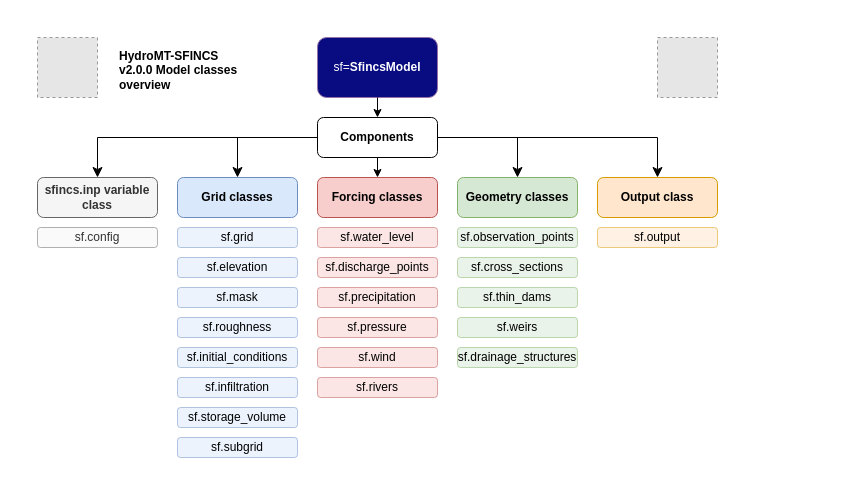
Deltares/hydromt_sfincs keeps this draw.io diagram as dev/_static/HydroMT_SFINCS_V1_diagram.drawio. Above is the earlier version. Source tidied: cells renumbered, new cells numbered last; positions are measured from the earlier drawing's top-left corner, leaving out a move shared by most shapes. Both pictures are drawn from the tidied source at 100%, with x=0, y=0 at pixel (37, 37). Pictures stored in the file or linked from it are replaced by grey dashed boxes.
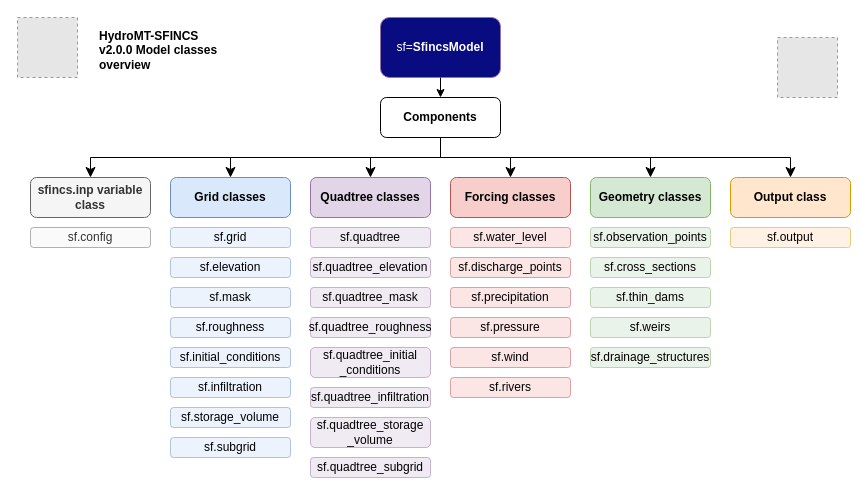
The same diagram, later.

Change to the diagram source:
```diff
@@
     <mxCell id="2" value="sf=&lt;b&gt;SfincsModel&lt;/b&gt;" style="rounded=1;whiteSpace=wrap;html=1;fillColor=light-dark(#080c80, #392f3f);strokeColor=#9673a6;fontColor=#FFFFFF;" parent="1" vertex="1">
-      <mxGeometry x="280" width="120" height="60" as="geometry" />
+      <mxGeometry x="343" y="-20" width="120" height="60" as="geometry" />
     </mxCell>
     <mxCell id="3" value="&lt;b&gt;sfincs.inp variable class&lt;/b&gt;" style="rounded=1;whiteSpace=wrap;html=1;fillColor=#f5f5f5;fontColor=#333333;strokeColor=#666666;" parent="1" vertex="1">
-      <mxGeometry y="140" width="120" height="40" as="geometry" />
+      <mxGeometry x="-7" y="140" width="120" height="40" as="geometry" />
     </mxCell>
     <mxCell id="4" value="&lt;b&gt;Grid classes&lt;/b&gt;" style="rounded=1;whiteSpace=wrap;html=1;fillColor=#dae8fc;strokeColor=#6c8ebf;" parent="1" vertex="1">
-      <mxGeometry x="140" y="140" width="120" height="40" as="geometry" />
+      <mxGeometry x="133" y="140" width="120" height="40" as="geometry" />
     </mxCell>
     <mxCell id="5" value="&lt;b&gt;Forcing classes&lt;/b&gt;" style="rounded=1;whiteSpace=wrap;html=1;fillColor=#f8cecc;strokeColor=#b85450;" parent="1" vertex="1">
-      <mxGeometry x="280" y="140" width="120" height="40" as="geometry" />
+      <mxGeometry x="413" y="140" width="120" height="40" as="geometry" />
     </mxCell>
     <mxCell id="6" value="&lt;b&gt;Geometry classes&lt;/b&gt;" style="rounded=1;whiteSpace=wrap;html=1;fillColor=#d5e8d4;strokeColor=#82b366;" parent="1" vertex="1">
-      <mxGeometry x="420" y="140" width="120" height="40" as="geometry" />
+      <mxGeometry x="553" y="140" width="120" height="40" as="geometry" />
     </mxCell>
     <mxCell id="7" value="&lt;b&gt;Components&lt;/b&gt;" style="rounded=1;whiteSpace=wrap;html=1;" parent="1" vertex="1">
-      <mxGeometry x="280" y="80" width="120" height="40" as="geometry" />
+      <mxGeometry x="343" y="60" width="120" height="40" as="geometry" />
     </mxCell>
     <mxCell id="8" value="&lt;b&gt;Output class&lt;/b&gt;" style="rounded=1;whiteSpace=wrap;html=1;fillColor=#ffe6cc;strokeColor=#d79b00;" parent="1" vertex="1">
-      <mxGeometry x="560" y="140" width="120" height="40" as="geometry" />
+      <mxGeometry x="693" y="140" width="120" height="40" as="geometry" />
     </mxCell>
     <mxCell id="9" value="sf.config" style="rounded=1;whiteSpace=wrap;html=1;fillColor=#f5f5f5;fontColor=#333333;strokeColor=#666666;opacity=50;" parent="1" vertex="1">
-      <mxGeometry y="190" width="120" height="20" as="geometry" />
+      <mxGeometry x="-7" y="190" width="120" height="20" as="geometry" />
     </mxCell>
     <mxCell id="10" value="sf.grid" style="rounded=1;whiteSpace=wrap;html=1;fillColor=#dae8fc;strokeColor=#6c8ebf;align=center;opacity=50;" parent="1" vertex="1">
-      <mxGeometry x="140" y="190" width="120" height="20" as="geometry" />
+      <mxGeometry x="133" y="190" width="120" height="20" as="geometry" />
     </mxCell>
     <mxCell id="11" value="sf.observation_points" style="rounded=1;whiteSpace=wrap;html=1;fillColor=#d5e8d4;strokeColor=#82b366;opacity=50;" parent="1" vertex="1">
-      <mxGeometry x="420" y="190" width="120" height="20" as="geometry" />
+      <mxGeometry x="553" y="190" width="120" height="20" as="geometry" />
     </mxCell>
     <mxCell id="12" value="&lt;div&gt;&lt;span style=&quot;background-color: transparent; color: light-dark(rgb(0, 0, 0), rgb(255, 255, 255));&quot;&gt;sf.elevation&lt;/span&gt;&lt;/div&gt;" style="rounded=1;whiteSpace=wrap;html=1;fillColor=#dae8fc;strokeColor=#6c8ebf;align=center;opacity=50;" parent="1" vertex="1">
-      <mxGeometry x="140" y="220" width="120" height="20" as="geometry" />
+      <mxGeometry x="133" y="220" width="120" height="20" as="geometry" />
     </mxCell>
     <mxCell id="13" value="&lt;div&gt;&lt;div&gt;sf.mask&lt;/div&gt;&lt;/div&gt;" style="rounded=1;whiteSpace=wrap;html=1;fillColor=#dae8fc;strokeColor=#6c8ebf;align=center;opacity=50;" parent="1" vertex="1">
-      <mxGeometry x="140" y="250" width="120" height="20" as="geometry" />
+      <mxGeometry x="133" y="250" width="120" height="20" as="geometry" />
     </mxCell>
     <mxCell id="14" value="&lt;div&gt;&lt;div&gt;sf.roughness&lt;/div&gt;&lt;/div&gt;" style="rounded=1;whiteSpace=wrap;html=1;fillColor=#dae8fc;strokeColor=#6c8ebf;align=center;opacity=50;" parent="1" vertex="1">
-      <mxGeometry x="140" y="280" width="120" height="20" as="geometry" />
+      <mxGeometry x="133" y="280" width="120" height="20" as="geometry" />
     </mxCell>
     <mxCell id="15" value="&lt;div&gt;&lt;div&gt;sf.initial_conditions&lt;/div&gt;&lt;/div&gt;" style="rounded=1;whiteSpace=wrap;html=1;fillColor=#dae8fc;strokeColor=#6c8ebf;align=center;opacity=50;" parent="1" vertex="1">
-      <mxGeometry x="140" y="310" width="120" height="20" as="geometry" />
+      <mxGeometry x="133" y="310" width="120" height="20" as="geometry" />
     </mxCell>
     <mxCell id="16" value="&lt;div&gt;&lt;div&gt;sf.infiltration&lt;/div&gt;&lt;/div&gt;" style="rounded=1;whiteSpace=wrap;html=1;fillColor=#dae8fc;strokeColor=#6c8ebf;align=center;opacity=50;" parent="1" vertex="1">
-      <mxGeometry x="140" y="340" width="120" height="20" as="geometry" />
+      <mxGeometry x="133" y="340" width="120" height="20" as="geometry" />
     </mxCell>
     <mxCell id="17" value="&lt;div&gt;&lt;div&gt;sf.storage_volume&lt;/div&gt;&lt;/div&gt;" style="rounded=1;whiteSpace=wrap;html=1;fillColor=#dae8fc;strokeColor=#6c8ebf;align=center;opacity=50;" parent="1" vertex="1">
-      <mxGeometry x="140" y="370" width="120" height="20" as="geometry" />
+      <mxGeometry x="133" y="370" width="120" height="20" as="geometry" />
     </mxCell>
     <mxCell id="18" value="&lt;div&gt;&lt;div&gt;sf.subgrid&lt;/div&gt;&lt;/div&gt;" style="rounded=1;whiteSpace=wrap;html=1;fillColor=#dae8fc;strokeColor=#6c8ebf;align=center;opacity=50;" parent="1" vertex="1">
-      <mxGeometry x="140" y="400" width="120" height="20" as="geometry" />
+      <mxGeometry x="133" y="400" width="120" height="20" as="geometry" />
     </mxCell>
     <mxCell id="19" value="sf.output" style="rounded=1;whiteSpace=wrap;html=1;fillColor=#ffe6cc;strokeColor=#d79b00;opacity=50;" parent="1" vertex="1">
-      <mxGeometry x="560" y="190" width="120" height="20" as="geometry" />
+      <mxGeometry x="693" y="190" width="120" height="20" as="geometry" />
     </mxCell>
     <mxCell id="20" value="sf.water_level" style="rounded=1;whiteSpace=wrap;html=1;fillColor=#f8cecc;strokeColor=#b85450;align=center;opacity=50;" parent="1" vertex="1">
-      <mxGeometry x="280" y="190" width="120" height="20" as="geometry" />
+      <mxGeometry x="413" y="190" width="120" height="20" as="geometry" />
     </mxCell>
     <mxCell id="21" value="sf.discharge_points" style="rounded=1;whiteSpace=wrap;html=1;fillColor=#f8cecc;strokeColor=#b85450;align=center;opacity=50;" parent="1" vertex="1">
-      <mxGeometry x="280" y="220" width="120" height="20" as="geometry" />
+      <mxGeometry x="413" y="220" width="120" height="20" as="geometry" />
     </mxCell>
     <mxCell id="22" value="sf.rivers" style="rounded=1;whiteSpace=wrap;html=1;fillColor=#f8cecc;strokeColor=#b85450;align=center;opacity=50;" parent="1" vertex="1">
-      <mxGeometry x="280" y="340" width="120" height="20" as="geometry" />
+      <mxGeometry x="413" y="340" width="120" height="20" as="geometry" />
     </mxCell>
     <mxCell id="23" value="sf.precipitation" style="rounded=1;whiteSpace=wrap;html=1;fillColor=#f8cecc;strokeColor=#b85450;align=center;opacity=50;" parent="1" vertex="1">
-      <mxGeometry x="280" y="250" width="120" height="20" as="geometry" />
+      <mxGeometry x="413" y="250" width="120" height="20" as="geometry" />
     </mxCell>
     <mxCell id="24" value="sf.pressure" style="rounded=1;whiteSpace=wrap;html=1;fillColor=#f8cecc;strokeColor=#b85450;align=center;opacity=50;" parent="1" vertex="1">
-      <mxGeometry x="280" y="280" width="120" height="20" as="geometry" />
+      <mxGeometry x="413" y="280" width="120" height="20" as="geometry" />
     </mxCell>
     <mxCell id="25" value="sf.wind" style="rounded=1;whiteSpace=wrap;html=1;fillColor=#f8cecc;strokeColor=#b85450;align=center;opacity=50;" parent="1" vertex="1">
-      <mxGeometry x="280" y="310" width="120" height="20" as="geometry" />
+      <mxGeometry x="413" y="310" width="120" height="20" as="geometry" />
     </mxCell>
     <mxCell id="26" value="sf.cross_sections" style="rounded=1;whiteSpace=wrap;html=1;fillColor=#d5e8d4;strokeColor=#82b366;opacity=50;" parent="1" vertex="1">
-      <mxGeometry x="420" y="220" width="120" height="20" as="geometry" />
+      <mxGeometry x="553" y="220" width="120" height="20" as="geometry" />
     </mxCell>
     <mxCell id="27" value="sf.drainage_structures" style="rounded=1;whiteSpace=wrap;html=1;fillColor=#d5e8d4;strokeColor=#82b366;opacity=50;" parent="1" vertex="1">
-      <mxGeometry x="420" y="310" width="120" height="20" as="geometry" />
+      <mxGeometry x="553" y="310" width="120" height="20" as="geometry" />
     </mxCell>
     <mxCell id="28" value="sf.thin_dams" style="rounded=1;whiteSpace=wrap;html=1;fillColor=#d5e8d4;strokeColor=#82b366;opacity=50;" parent="1" vertex="1">
-      <mxGeometry x="420" y="250" width="120" height="20" as="geometry" />
+      <mxGeometry x="553" y="250" width="120" height="20" as="geometry" />
     </mxCell>
     <mxCell id="29" value="sf.weirs" style="rounded=1;whiteSpace=wrap;html=1;fillColor=#d5e8d4;strokeColor=#82b366;opacity=50;" parent="1" vertex="1">
-      <mxGeometry x="420" y="280" width="120" height="20" as="geometry" />
+      <mxGeometry x="553" y="280" width="120" height="20" as="geometry" />
     </mxCell>
@@
-    <mxCell id="31" style="endArrow=classic;html=1;rounded=0;exitX=0.5;exitY=1;exitDx=0;exitDy=0;entryX=0.5;entryY=0;entryDx=0;entryDy=0;" parent="1" edge="1" source="7" target="5">
-      <mxGeometry relative="1" as="geometry" />
-    </mxCell>
-    <mxCell id="32" style="edgeStyle=elbowEdgeStyle;elbow=vertical;endArrow=classic;html=1;curved=0;rounded=0;endSize=8;startSize=8;entryX=0.5;entryY=0;entryDx=0;entryDy=0;exitX=0;exitY=0.5;exitDx=0;exitDy=0;" parent="1" edge="1" source="7" target="4">
-      <mxGeometry relative="1" as="geometry">
+    <mxCell id="32" style="edgeStyle=elbowEdgeStyle;elbow=vertical;endArrow=classic;html=1;curved=0;rounded=0;endSize=8;startSize=8;entryX=0.5;entryY=0;entryDx=0;entryDy=0;exitX=0.5;exitY=1;exitDx=0;exitDy=0;" parent="1" edge="1" source="7" target="4">
+      <mxGeometry x="0.15" relative="1" as="geometry">
         <Array as="points">
-          <mxPoint x="240" y="100" />
+          <mxPoint x="283" y="120" />
         </Array>
       </mxGeometry>
     </mxCell>
-    <mxCell id="33" style="edgeStyle=elbowEdgeStyle;elbow=vertical;endArrow=classic;html=1;curved=0;rounded=0;endSize=8;startSize=8;entryX=0.5;entryY=0;entryDx=0;entryDy=0;" parent="1" edge="1" target="3">
-      <mxGeometry relative="1" as="geometry">
-        <mxPoint x="280" y="110" as="sourcePoint" />
+    <mxCell id="33" style="edgeStyle=elbowEdgeStyle;elbow=vertical;endArrow=classic;html=1;curved=0;rounded=0;endSize=8;startSize=8;entryX=0.5;entryY=0;entryDx=0;entryDy=0;exitX=0.5;exitY=1;exitDx=0;exitDy=0;" parent="1" edge="1" source="7" target="3">
+      <mxGeometry x="0.24" relative="1" as="geometry">
         <Array as="points">
-          <mxPoint x="60" y="100" />
+          <mxPoint x="213" y="120" />
         </Array>
       </mxGeometry>
     </mxCell>
-    <mxCell id="34" style="edgeStyle=elbowEdgeStyle;elbow=vertical;endArrow=classic;html=1;curved=0;rounded=0;endSize=8;startSize=8;entryX=0.5;entryY=0;entryDx=0;entryDy=0;exitX=1;exitY=0.5;exitDx=0;exitDy=0;" parent="1" edge="1" source="7" target="8">
-      <mxGeometry relative="1" as="geometry">
+    <mxCell id="34" style="edgeStyle=elbowEdgeStyle;elbow=vertical;endArrow=classic;html=1;curved=0;rounded=0;endSize=8;startSize=8;entryX=0.5;entryY=0;entryDx=0;entryDy=0;exitX=0.5;exitY=1;exitDx=0;exitDy=0;" parent="1" edge="1" source="7" target="8">
+      <mxGeometry x="0.1" relative="1" as="geometry">
         <Array as="points">
-          <mxPoint x="510" y="100" />
+          <mxPoint x="563" y="120" />
         </Array>
       </mxGeometry>
     </mxCell>
-    <mxCell id="35" style="edgeStyle=elbowEdgeStyle;elbow=vertical;endArrow=classic;html=1;curved=0;rounded=0;endSize=8;startSize=8;entryX=0.5;entryY=0;entryDx=0;entryDy=0;exitX=1;exitY=0.5;exitDx=0;exitDy=0;" parent="1" edge="1" source="7" target="6">
-      <mxGeometry relative="1" as="geometry">
+    <mxCell id="35" style="edgeStyle=elbowEdgeStyle;elbow=vertical;endArrow=classic;html=1;curved=0;rounded=0;endSize=8;startSize=8;entryX=0.5;entryY=0;entryDx=0;entryDy=0;exitX=0.5;exitY=1;exitDx=0;exitDy=0;" parent="1" edge="1" source="7" target="6">
+      <mxGeometry x="0.14" relative="1" as="geometry">
         <Array as="points">
-          <mxPoint x="440" y="100" />
+          <mxPoint x="493" y="120" />
         </Array>
       </mxGeometry>
     </mxCell>
     <mxCell id="36" style="fillColor=#E6E6E6;strokeColor=#999999;dashed=1;verticalLabelPosition=bottom;labelBackgroundColor=default;verticalAlign=top;" parent="1" vertex="1">
-      <mxGeometry x="620" width="60" height="60" as="geometry" />
+      <mxGeometry x="740" width="60" height="60" as="geometry" />
     </mxCell>
     <mxCell id="37" style="fillColor=#E6E6E6;strokeColor=#999999;dashed=1;verticalLabelPosition=bottom;labelBackgroundColor=default;verticalAlign=top;" parent="1" vertex="1">
-      <mxGeometry width="60" height="60" as="geometry" />
+      <mxGeometry x="-20" y="-20" width="60" height="60" as="geometry" />
     </mxCell>
     <mxCell id="38" value="&lt;b&gt;HydroMT-SFINCS&lt;br&gt;v2.0.0 Model classes&amp;nbsp;&lt;br&gt;overview&lt;/b&gt;" style="text;fontColor=default;whiteSpace=wrap;html=1;" parent="1" vertex="1">
-      <mxGeometry x="80" y="5" width="140" height="50" as="geometry" />
+      <mxGeometry x="60" y="-15" width="140" height="50" as="geometry" />
     </mxCell>
+    <mxCell id="39" value="&lt;b&gt;Quadtree classes&lt;/b&gt;" style="rounded=1;whiteSpace=wrap;html=1;fillColor=#e1d5e7;strokeColor=#9673a6;" parent="1" vertex="1">
+      <mxGeometry x="273" y="140" width="120" height="40" as="geometry" />
+    </mxCell>
+    <mxCell id="40" value="sf.quadtree" style="rounded=1;whiteSpace=wrap;html=1;fillColor=#e1d5e7;strokeColor=#9673a6;align=center;opacity=50;" parent="1" vertex="1">
+      <mxGeometry x="273" y="190" width="120" height="20" as="geometry" />
+    </mxCell>
+    <mxCell id="41" value="&lt;div&gt;&lt;span style=&quot;background-color: transparent; color: light-dark(rgb(0, 0, 0), rgb(255, 255, 255));&quot;&gt;sf.&lt;/span&gt;&lt;span style=&quot;background-color: transparent; color: light-dark(#000000, var(--ge-light-color, #ffffff));&quot;&gt;quadtree_&lt;/span&gt;&lt;span style=&quot;background-color: transparent; color: light-dark(rgb(0, 0, 0), rgb(255, 255, 255));&quot;&gt;elevation&lt;/span&gt;&lt;/div&gt;" style="rounded=1;whiteSpace=wrap;html=1;fillColor=#e1d5e7;strokeColor=#9673a6;align=center;opacity=50;" parent="1" vertex="1">
+      <mxGeometry x="273" y="220" width="120" height="20" as="geometry" />
+    </mxCell>
+    <mxCell id="42" value="&lt;div&gt;sf.&lt;span style=&quot;background-color: transparent; color: light-dark(#000000, var(--ge-light-color, #ffffff));&quot;&gt;quadtree_&lt;/span&gt;&lt;span style=&quot;background-color: transparent; color: light-dark(#000000, var(--ge-light-color, #ffffff));&quot;&gt;mask&lt;/span&gt;&lt;/div&gt;" style="rounded=1;whiteSpace=wrap;html=1;fillColor=#e1d5e7;strokeColor=#9673a6;align=center;opacity=50;" parent="1" vertex="1">
+      <mxGeometry x="273" y="250" width="120" height="20" as="geometry" />
+    </mxCell>
+    <mxCell id="43" value="&lt;div&gt;sf.&lt;span style=&quot;background-color: transparent; color: light-dark(#000000, var(--ge-light-color, #ffffff));&quot;&gt;quadtree_&lt;/span&gt;&lt;span style=&quot;background-color: transparent; color: light-dark(#000000, var(--ge-light-color, #ffffff));&quot;&gt;roughness&lt;/span&gt;&lt;/div&gt;" style="rounded=1;whiteSpace=wrap;html=1;fillColor=#e1d5e7;strokeColor=#9673a6;align=center;opacity=50;" parent="1" vertex="1">
+      <mxGeometry x="273" y="280" width="120" height="20" as="geometry" />
+    </mxCell>
+    <mxCell id="44" value="&lt;div&gt;sf.&lt;span style=&quot;background-color: transparent; color: light-dark(#000000, var(--ge-light-color, #ffffff));&quot;&gt;quadtree_&lt;/span&gt;&lt;span style=&quot;background-color: transparent; color: light-dark(#000000, var(--ge-light-color, #ffffff));&quot;&gt;initial&lt;/span&gt;&lt;/div&gt;&lt;div&gt;&lt;span style=&quot;background-color: transparent; color: light-dark(#000000, var(--ge-light-color, #ffffff));&quot;&gt;_conditions&lt;/span&gt;&lt;/div&gt;" style="rounded=1;whiteSpace=wrap;html=1;fillColor=#e1d5e7;strokeColor=#9673a6;align=center;opacity=50;" parent="1" vertex="1">
+      <mxGeometry x="273" y="310" width="120" height="30" as="geometry" />
+    </mxCell>
+    <mxCell id="45" value="&lt;div&gt;sf.&lt;span style=&quot;background-color: transparent; color: light-dark(#000000, var(--ge-light-color, #ffffff));&quot;&gt;quadtree_&lt;/span&gt;&lt;span style=&quot;background-color: transparent; color: light-dark(#000000, var(--ge-light-color, #ffffff));&quot;&gt;infiltration&lt;/span&gt;&lt;/div&gt;" style="rounded=1;whiteSpace=wrap;html=1;fillColor=#e1d5e7;strokeColor=#9673a6;align=center;opacity=50;" parent="1" vertex="1">
+      <mxGeometry x="273" y="350" width="120" height="20" as="geometry" />
+    </mxCell>
+    <mxCell id="46" value="&lt;div&gt;sf.&lt;span style=&quot;background-color: transparent; color: light-dark(#000000, var(--ge-light-color, #ffffff));&quot;&gt;quadtree_&lt;/span&gt;&lt;span style=&quot;background-color: transparent; color: light-dark(#000000, var(--ge-light-color, #ffffff));&quot;&gt;storage&lt;/span&gt;&lt;/div&gt;&lt;div&gt;&lt;span style=&quot;background-color: transparent; color: light-dark(#000000, var(--ge-light-color, #ffffff));&quot;&gt;_volume&lt;/span&gt;&lt;/div&gt;" style="rounded=1;whiteSpace=wrap;html=1;fillColor=#e1d5e7;strokeColor=#9673a6;align=center;opacity=50;" parent="1" vertex="1">
+      <mxGeometry x="273" y="380" width="120" height="30" as="geometry" />
+    </mxCell>
+    <mxCell id="47" value="&lt;div&gt;sf.&lt;span style=&quot;background-color: transparent; color: light-dark(#000000, var(--ge-light-color, #ffffff));&quot;&gt;quadtree_&lt;/span&gt;&lt;span style=&quot;background-color: transparent; color: light-dark(#000000, var(--ge-light-color, #ffffff));&quot;&gt;subgrid&lt;/span&gt;&lt;/div&gt;" style="rounded=1;whiteSpace=wrap;html=1;fillColor=#e1d5e7;strokeColor=#9673a6;align=center;opacity=50;" parent="1" vertex="1">
+      <mxGeometry x="273" y="420" width="120" height="20" as="geometry" />
+    </mxCell>
+    <mxCell id="31" style="edgeStyle=elbowEdgeStyle;elbow=vertical;endArrow=classic;html=1;curved=0;rounded=0;endSize=8;startSize=8;entryX=0.5;entryY=0;entryDx=0;entryDy=0;exitX=0.5;exitY=1;exitDx=0;exitDy=0;" parent="1" edge="1" source="7" target="5">
+      <mxGeometry x="0.33" relative="1" as="geometry">
+        <Array as="points">
+          <mxPoint x="423" y="120" />
+          <mxPoint x="420" y="100" />
+        </Array>
+      </mxGeometry>
+    </mxCell>
+    <mxCell id="48" style="edgeStyle=elbowEdgeStyle;elbow=vertical;endArrow=classic;html=1;curved=0;rounded=0;endSize=8;startSize=8;entryX=0.5;entryY=0;entryDx=0;entryDy=0;exitX=0.5;exitY=1;exitDx=0;exitDy=0;" parent="1" edge="1" source="7" target="39">
+      <mxGeometry x="0.73" relative="1" as="geometry">
+        <Array as="points">
+          <mxPoint x="353" y="120" />
+        </Array>
+      </mxGeometry>
+    </mxCell>
```
